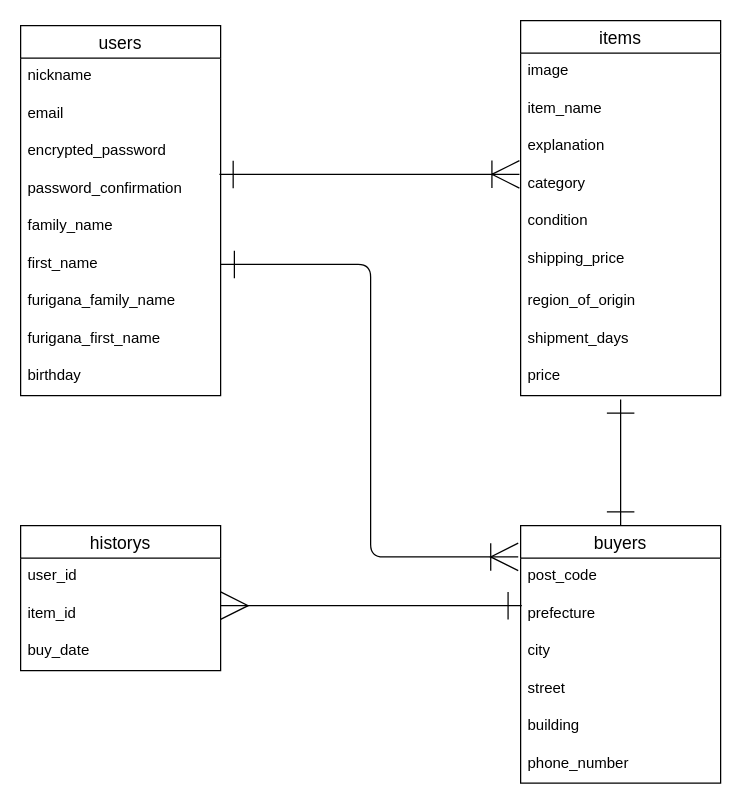
Above: page "ページ1" (1 of 2) of draw.dio in JunShin123/furima-40450 (draw.io), before the change. Source tidied: cells renumbered, new cells numbered last; positions are measured from the earlier drawing's top-left corner, leaving out a move shared by most shapes. Both pictures are drawn from the tidied source at 125%, with x=0, y=0 at pixel (20, 20).
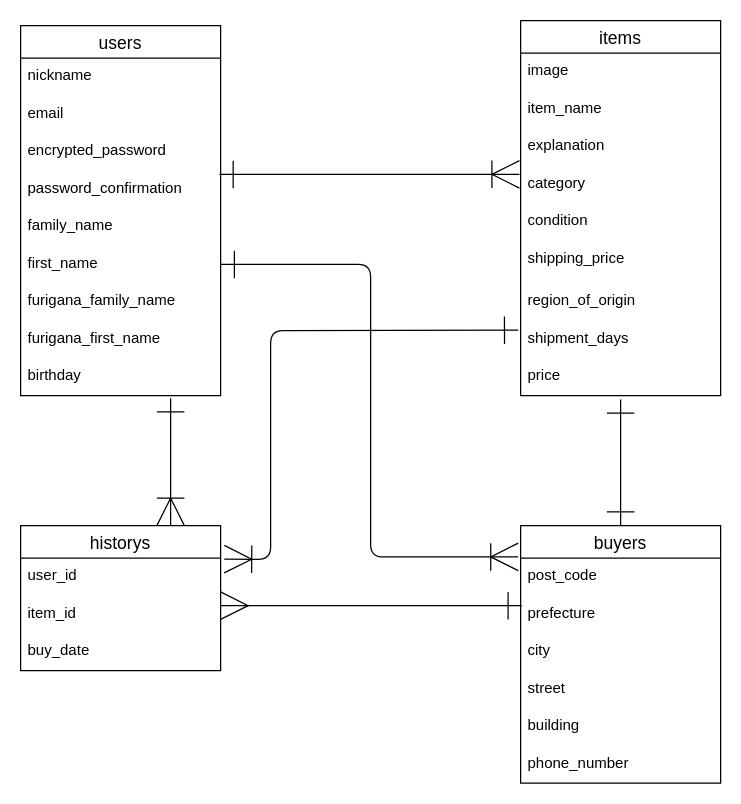
The same diagram, later.

Commit message (it also covers changes not shown here):
データベース設計修正2

The change refers to these unchanged cells:
```xml
<mxCell id="20" value="shipment_days" style="text;strokeColor=none;fillColor=none;spacingLeft=4;spacingRight=4;overflow=hidden;points=[[0,0.5],[1,0.5]];portConstraint=eastwest;fontSize=12;" parent="12" vertex="1">
  <mxGeometry y="240" width="160" height="30" as="geometry" />
</mxCell>
<mxCell id="22" value="historys" style="swimlane;fontStyle=0;horizontal=1;startSize=26;align=center;fontSize=14;" parent="1" vertex="1">
  <mxGeometry y="404" width="160" height="116" as="geometry" />
</mxCell>
<mxCell id="23" value="user_id" style="text;strokeColor=none;fillColor=none;spacingLeft=4;spacingRight=4;overflow=hidden;points=[[0,0.5],[1,0.5]];portConstraint=eastwest;fontSize=12;" parent="22" vertex="1">
  <mxGeometry y="26" width="160" height="30" as="geometry" />
</mxCell>
```

The edit, as a diff of the source:
```diff
@@
+    <mxCell id="37" style="edgeStyle=none;html=1;exitX=0.75;exitY=0;exitDx=0;exitDy=0;startArrow=ERoneToMany;startFill=0;endArrow=ERone;endFill=0;startSize=20;endSize=20;" parent="1" edge="1" source="22">
+      <mxGeometry relative="1" as="geometry">
+        <mxPoint x="120" y="302" as="targetPoint" />
+      </mxGeometry>
+    </mxCell>
@@
+    <mxCell id="38" style="edgeStyle=none;html=1;entryX=-0.012;entryY=0.253;entryDx=0;entryDy=0;entryPerimeter=0;startArrow=ERoneToMany;startFill=0;endArrow=ERone;endFill=0;startSize=20;endSize=20;exitX=1.018;exitY=0.027;exitDx=0;exitDy=0;exitPerimeter=0;" parent="1" edge="1" source="23" target="20">
+      <mxGeometry relative="1" as="geometry">
+        <Array as="points">
+          <mxPoint x="200" y="431" />
+          <mxPoint x="200" y="248" />
+        </Array>
+      </mxGeometry>
+    </mxCell>
```
